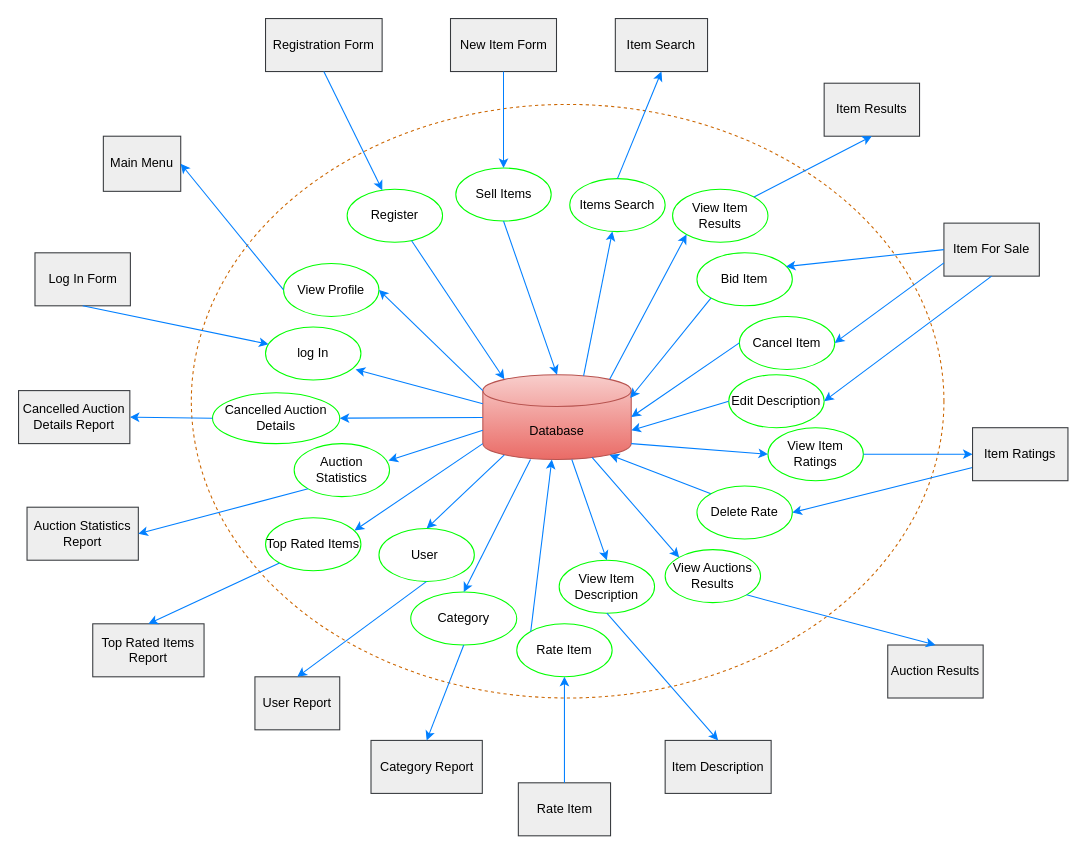
Earlier version of the draw.io diagram IFD_BuzzBid.drawio (jobanyv9/6400_DatbaseDesign). Source tidied: cells renumbered, new cells numbered last; positions are measured from the earlier drawing's top-left corner, leaving out a move shared by most shapes. Both pictures are drawn from the tidied source at 106%, with x=0, y=0 at pixel (18, 18).
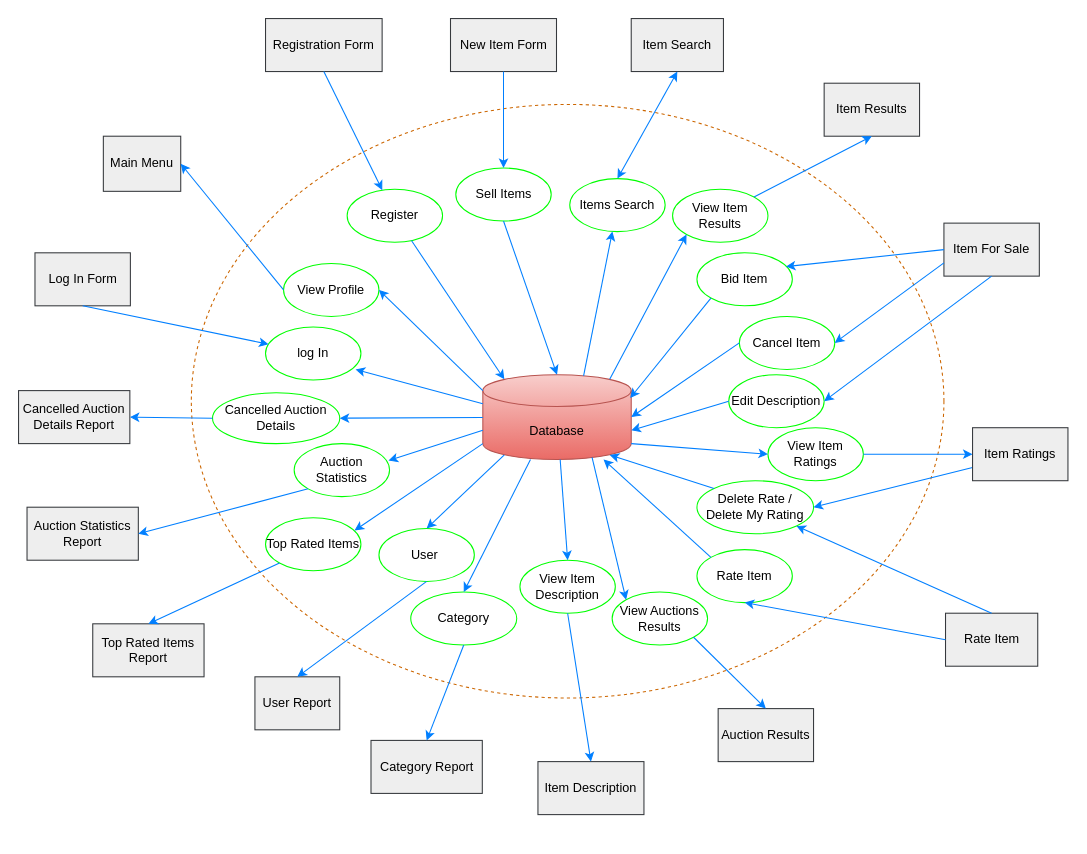
The same page after the edit.

Unchanged cells that the change refers to:
```xml
<mxCell id="8" value="Items Search" style="ellipse;whiteSpace=wrap;html=1;strokeColor=#00FF00;" parent="1" vertex="1">
  <mxGeometry x="520" y="151" width="90" height="50" as="geometry" />
</mxCell>
```

Diff of the diagram source:
```diff
@@
     <mxCell id="10" value="View Auctions Results" style="ellipse;whiteSpace=wrap;html=1;strokeColor=#00FF00;" parent="1" vertex="1">
-      <mxGeometry x="610" y="501" width="90" height="50" as="geometry" />
+      <mxGeometry x="560" y="541" width="90" height="50" as="geometry" />
     </mxCell>
@@
     <mxCell id="27" value="Item Search" style="rounded=0;whiteSpace=wrap;html=1;fillColor=#eeeeee;strokeColor=#36393d;" parent="1" vertex="1">
-      <mxGeometry x="563" width="87" height="50" as="geometry" />
+      <mxGeometry x="578" width="87" height="50" as="geometry" />
     </mxCell>
@@
     <mxCell id="37" value="Rate Item" style="rounded=0;whiteSpace=wrap;html=1;fillColor=#eeeeee;strokeColor=#36393d;" parent="1" vertex="1">
-      <mxGeometry x="471.5" y="721" width="87" height="50" as="geometry" />
+      <mxGeometry x="874.5" y="561" width="87" height="50" as="geometry" />
     </mxCell>
     <mxCell id="38" value="Item Description" style="rounded=0;whiteSpace=wrap;html=1;fillColor=#eeeeee;strokeColor=#36393d;" parent="1" vertex="1">
-      <mxGeometry x="610" y="681" width="100" height="50" as="geometry" />
+      <mxGeometry x="490" y="701" width="100" height="50" as="geometry" />
     </mxCell>
@@
     <mxCell id="51" value="Auction Results" style="rounded=0;whiteSpace=wrap;html=1;fillColor=#eeeeee;strokeColor=#36393d;" parent="1" vertex="1">
-      <mxGeometry x="820" y="591" width="90" height="50" as="geometry" />
+      <mxGeometry x="660" y="651" width="90" height="50" as="geometry" />
     </mxCell>
@@
-    <mxCell id="57" style="endArrow=classic;html=1;rounded=0;exitX=0.5;exitY=0;exitDx=0;exitDy=0;curved=0;strokeColor=#007FFF;entryX=0.5;entryY=1;entryDx=0;entryDy=0;" parent="1" edge="1" source="8" target="27">
-      <mxGeometry relative="1" as="geometry" />
-    </mxCell>
@@
-    <mxCell id="64" value="Delete Rate" style="ellipse;whiteSpace=wrap;html=1;strokeColor=#00FF00;" parent="1" vertex="1">
-      <mxGeometry x="640" y="441" width="90" height="50" as="geometry" />
+    <mxCell id="64" value="Delete Rate / Delete My Rating" style="ellipse;whiteSpace=wrap;html=1;strokeColor=#00FF00;" parent="1" vertex="1">
+      <mxGeometry x="640" y="436" width="110" height="50" as="geometry" />
     </mxCell>
     <mxCell id="65" value="Rate Item" style="ellipse;whiteSpace=wrap;html=1;strokeColor=#00FF00;" parent="1" vertex="1">
-      <mxGeometry x="470" y="571" width="90" height="50" as="geometry" />
+      <mxGeometry x="640" y="501" width="90" height="50" as="geometry" />
     </mxCell>
@@
-    <mxCell id="71" style="endArrow=classic;html=1;rounded=0;entryX=0.5;entryY=1;entryDx=0;entryDy=0;exitX=0.5;exitY=0;exitDx=0;exitDy=0;strokeColor=#007FFF;" parent="1" edge="1" source="37" target="65">
+    <mxCell id="71" style="endArrow=classic;html=1;rounded=0;entryX=0.5;entryY=1;entryDx=0;entryDy=0;exitX=0;exitY=0.5;exitDx=0;exitDy=0;strokeColor=#007FFF;" parent="1" edge="1" source="37" target="65">
       <mxGeometry relative="1" as="geometry" />
     </mxCell>
@@
     <mxCell id="74" value="View Item Description" style="ellipse;whiteSpace=wrap;html=1;strokeColor=#00FF00;" parent="1" vertex="1">
-      <mxGeometry x="510" y="511" width="90" height="50" as="geometry" />
+      <mxGeometry x="473" y="511" width="90" height="50" as="geometry" />
     </mxCell>
@@
+    <mxCell id="57" style="endArrow=classic;startArrow=classic;html=1;rounded=0;entryX=0.5;entryY=1;entryDx=0;entryDy=0;exitX=0.5;exitY=0;exitDx=0;exitDy=0;strokeColor=#007FFF;" parent="1" edge="1" source="8" target="27">
+      <mxGeometry relative="1" as="geometry" />
+    </mxCell>
+    <mxCell id="77" style="endArrow=classic;html=1;rounded=0;entryX=1;entryY=1;entryDx=0;entryDy=0;exitX=0.5;exitY=0;exitDx=0;exitDy=0;strokeColor=#007FFF;" parent="1" edge="1" source="37" target="64">
+      <mxGeometry relative="1" as="geometry" />
+    </mxCell>
```
